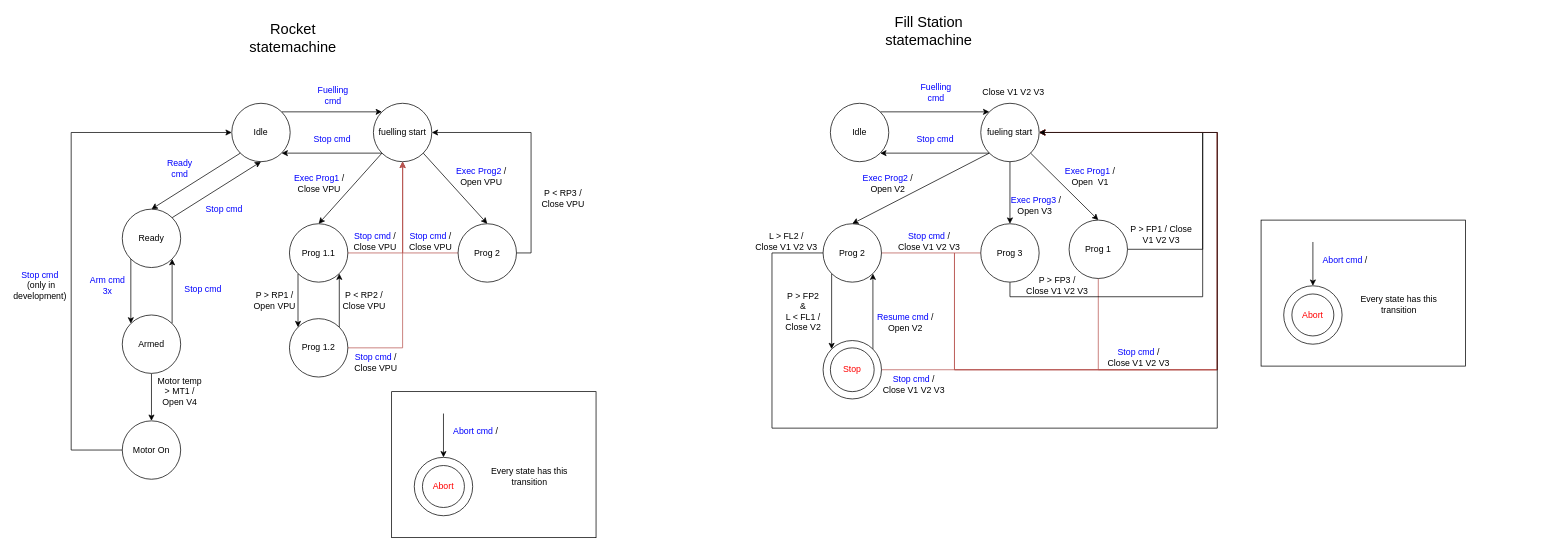
dvalnn/INV2_Firmware keeps this draw.io diagram as page "Maquinas de estado" (4 of 5) of SupportingDocs/EmbededT1.drawio. Above is the earlier version. Source tidied: cells renumbered, new cells numbered last; positions are measured from the earlier drawing's top-left corner, leaving out a move shared by most shapes. Both pictures are drawn from the tidied source at 73%, with x=0, y=0 at pixel (12, 19).
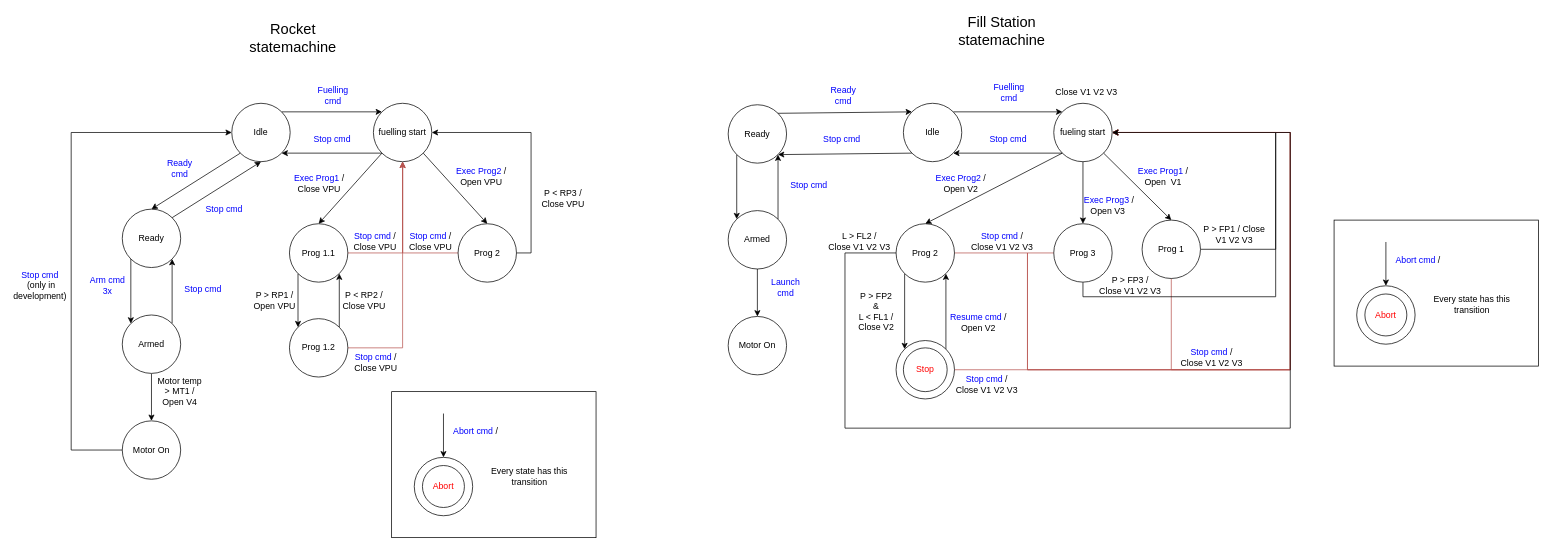
Above is the later version.

Diff of the diagram source:
```diff
@@
     <mxCell id="33" value="Fill Station statemachine" style="text;html=1;align=center;verticalAlign=middle;whiteSpace=wrap;rounded=0;fontSize=20;" parent="1" vertex="1">
-      <mxGeometry x="1200" width="110" height="30" as="geometry" />
+      <mxGeometry x="1300" width="110" height="30" as="geometry" />
     </mxCell>
@@
     <mxCell id="35" value="Idle" style="ellipse;whiteSpace=wrap;html=1;" parent="1" vertex="1">
-      <mxGeometry x="1120" y="115" width="80" height="80" as="geometry" />
+      <mxGeometry x="1220" y="115" width="80" height="80" as="geometry" />
     </mxCell>
@@
     <mxCell id="38" value="fueling start" style="ellipse;whiteSpace=wrap;html=1;" parent="1" vertex="1">
-      <mxGeometry x="1326" y="115" width="80" height="80" as="geometry" />
+      <mxGeometry x="1426" y="115" width="80" height="80" as="geometry" />
     </mxCell>
     <mxCell id="39" value="&lt;font color=&quot;#0000ff&quot;&gt;Fuelling cmd&lt;/font&gt;" style="text;html=1;align=center;verticalAlign=middle;whiteSpace=wrap;rounded=0;" parent="1" vertex="1">
-      <mxGeometry x="1235" y="85" width="60" height="30" as="geometry" />
+      <mxGeometry x="1335" y="85" width="60" height="30" as="geometry" />
     </mxCell>
     <mxCell id="40" style="edgeStyle=orthogonalEdgeStyle;rounded=0;jettySize=auto;html=1;exitX=1;exitY=0.5;exitDx=0;exitDy=0;entryX=1;entryY=0.5;entryDx=0;entryDy=0;" parent="1" edge="1" source="42" target="38">
       <mxGeometry relative="1" as="geometry">
         <Array as="points">
-          <mxPoint x="1630" y="315" />
-          <mxPoint x="1630" y="155" />
+          <mxPoint x="1730" y="315" />
+          <mxPoint x="1730" y="155" />
         </Array>
       </mxGeometry>
     </mxCell>
     <mxCell id="41" style="edgeStyle=orthogonalEdgeStyle;rounded=0;jettySize=auto;html=1;exitX=0.5;exitY=1;exitDx=0;exitDy=0;entryX=1;entryY=0.5;entryDx=0;entryDy=0;fillColor=#f8cecc;strokeColor=#b85450;" parent="1" edge="1" source="42" target="38">
       <mxGeometry relative="1" as="geometry">
         <Array as="points">
-          <mxPoint x="1487" y="480" />
-          <mxPoint x="1650" y="480" />
-          <mxPoint x="1650" y="155" />
+          <mxPoint x="1587" y="480" />
+          <mxPoint x="1750" y="480" />
+          <mxPoint x="1750" y="155" />
         </Array>
       </mxGeometry>
     </mxCell>
     <mxCell id="42" value="Prog 1" style="ellipse;whiteSpace=wrap;html=1;" parent="1" vertex="1">
-      <mxGeometry x="1447" y="275" width="80" height="80" as="geometry" />
+      <mxGeometry x="1547" y="275" width="80" height="80" as="geometry" />
     </mxCell>
     <mxCell id="43" value="P &amp;gt; FP1 / Close V1 V2 V3" style="text;html=1;align=center;verticalAlign=middle;whiteSpace=wrap;rounded=0;" parent="1" vertex="1">
-      <mxGeometry x="1527" y="280" width="93" height="30" as="geometry" />
+      <mxGeometry x="1627" y="280" width="93" height="30" as="geometry" />
     </mxCell>
     <mxCell id="44" value="Close V1 V2 V3" style="text;html=1;align=center;verticalAlign=middle;whiteSpace=wrap;rounded=0;" parent="1" vertex="1">
-      <mxGeometry x="1326" y="85" width="90" height="30" as="geometry" />
+      <mxGeometry x="1426" y="85" width="90" height="30" as="geometry" />
     </mxCell>
@@
     <mxCell id="46" style="edgeStyle=orthogonalEdgeStyle;rounded=0;jettySize=auto;html=1;exitX=0.5;exitY=1;exitDx=0;exitDy=0;entryX=1;entryY=0.5;entryDx=0;entryDy=0;" parent="1" edge="1" source="48" target="38">
       <mxGeometry relative="1" as="geometry">
         <Array as="points">
-          <mxPoint x="1366" y="380" />
-          <mxPoint x="1630" y="380" />
-          <mxPoint x="1630" y="155" />
+          <mxPoint x="1466" y="380" />
+          <mxPoint x="1730" y="380" />
+          <mxPoint x="1730" y="155" />
         </Array>
       </mxGeometry>
     </mxCell>
     <mxCell id="47" style="edgeStyle=orthogonalEdgeStyle;rounded=0;jettySize=auto;html=1;exitX=0;exitY=0.5;exitDx=0;exitDy=0;entryX=1;entryY=0.5;entryDx=0;entryDy=0;fillColor=#f8cecc;strokeColor=#b85450;" parent="1" edge="1" source="48" target="38">
       <mxGeometry relative="1" as="geometry">
         <Array as="points">
-          <mxPoint x="1290" y="320" />
-          <mxPoint x="1290" y="480" />
-          <mxPoint x="1650" y="480" />
-          <mxPoint x="1650" y="155" />
+          <mxPoint x="1390" y="320" />
+          <mxPoint x="1390" y="480" />
+          <mxPoint x="1750" y="480" />
+          <mxPoint x="1750" y="155" />
         </Array>
       </mxGeometry>
     </mxCell>
     <mxCell id="48" style="ellipse;whiteSpace=wrap;html=1;" parent="1" vertex="1">
-      <mxGeometry x="1326" y="280" width="80" height="80" as="geometry" />
+      <mxGeometry x="1426" y="280" width="80" height="80" as="geometry" />
     </mxCell>
     <mxCell id="49" value="&lt;font color=&quot;#0000ff&quot;&gt;Exec Prog1 &lt;/font&gt;/ Open&amp;nbsp; V1" style="text;html=1;align=center;verticalAlign=middle;whiteSpace=wrap;rounded=0;" parent="1" vertex="1">
-      <mxGeometry x="1425" y="200" width="102" height="30" as="geometry" />
+      <mxGeometry x="1525" y="200" width="102" height="30" as="geometry" />
     </mxCell>
     <mxCell id="50" value="&lt;font color=&quot;#0000ff&quot;&gt;Exec Prog3 &lt;/font&gt;/ Open V3&lt;font color=&quot;#0000ff&quot;&gt;&amp;nbsp;&lt;/font&gt;" style="text;html=1;align=center;verticalAlign=middle;whiteSpace=wrap;rounded=0;" parent="1" vertex="1">
-      <mxGeometry x="1357" y="240" width="90" height="30" as="geometry" />
+      <mxGeometry x="1457" y="240" width="90" height="30" as="geometry" />
     </mxCell>
     <mxCell id="51" value="Prog 3" style="text;html=1;align=center;verticalAlign=middle;whiteSpace=wrap;rounded=0;" parent="1" vertex="1">
-      <mxGeometry x="1336" y="305" width="60" height="30" as="geometry" />
+      <mxGeometry x="1436" y="305" width="60" height="30" as="geometry" />
     </mxCell>
     <mxCell id="52" value="P &amp;gt; FP3 /&lt;br&gt;Close V1 V2 V3" style="text;html=1;align=center;verticalAlign=middle;whiteSpace=wrap;rounded=0;" parent="1" vertex="1">
-      <mxGeometry x="1380" y="350" width="102" height="30" as="geometry" />
+      <mxGeometry x="1480" y="350" width="102" height="30" as="geometry" />
     </mxCell>
@@
     <mxCell id="54" style="edgeStyle=orthogonalEdgeStyle;rounded=0;jettySize=auto;html=1;exitX=1;exitY=0.5;exitDx=0;exitDy=0;entryX=1;entryY=0.5;entryDx=0;entryDy=0;fontColor=#FF0000;fillColor=#f8cecc;strokeColor=#b85450;" parent="1" edge="1" source="55" target="38">
       <mxGeometry relative="1" as="geometry">
         <Array as="points">
-          <mxPoint x="1290" y="320" />
-          <mxPoint x="1290" y="480" />
-          <mxPoint x="1650" y="480" />
-          <mxPoint x="1650" y="155" />
+          <mxPoint x="1390" y="320" />
+          <mxPoint x="1390" y="480" />
+          <mxPoint x="1750" y="480" />
+          <mxPoint x="1750" y="155" />
         </Array>
       </mxGeometry>
     </mxCell>
     <mxCell id="55" value="Prog 2" style="ellipse;whiteSpace=wrap;html=1;" parent="1" vertex="1">
-      <mxGeometry x="1110" y="280" width="80" height="80" as="geometry" />
+      <mxGeometry x="1210" y="280" width="80" height="80" as="geometry" />
     </mxCell>
@@
     <mxCell id="57" value="&lt;font color=&quot;#0000ff&quot;&gt;Exec Prog2 &lt;/font&gt;/&lt;br&gt;Open V2" style="text;html=1;align=center;verticalAlign=middle;whiteSpace=wrap;rounded=0;" parent="1" vertex="1">
-      <mxGeometry x="1147" y="210" width="104" height="30" as="geometry" />
+      <mxGeometry x="1247" y="210" width="104" height="30" as="geometry" />
     </mxCell>
@@
     <mxCell id="59" style="edgeStyle=orthogonalEdgeStyle;rounded=0;jettySize=auto;html=1;exitX=1;exitY=0.5;exitDx=0;exitDy=0;entryX=1;entryY=0.5;entryDx=0;entryDy=0;fontColor=#FF0000;fillColor=#f8cecc;strokeColor=#b85450;" parent="1" edge="1" source="60" target="38">
       <mxGeometry relative="1" as="geometry">
         <Array as="points">
-          <mxPoint x="1650" y="480" />
-          <mxPoint x="1650" y="155" />
+          <mxPoint x="1750" y="480" />
+          <mxPoint x="1750" y="155" />
         </Array>
       </mxGeometry>
     </mxCell>
     <mxCell id="60" style="ellipse;whiteSpace=wrap;html=1;" parent="1" vertex="1">
-      <mxGeometry x="1110" y="440" width="80" height="80" as="geometry" />
+      <mxGeometry x="1210" y="440" width="80" height="80" as="geometry" />
     </mxCell>
     <mxCell id="61" style="ellipse;whiteSpace=wrap;html=1;" parent="1" vertex="1">
-      <mxGeometry x="1120" y="450" width="60" height="60" as="geometry" />
+      <mxGeometry x="1220" y="450" width="60" height="60" as="geometry" />
     </mxCell>
     <mxCell id="62" value="&lt;font color=&quot;#ff0000&quot;&gt;Stop&lt;/font&gt;" style="text;html=1;align=center;verticalAlign=middle;whiteSpace=wrap;rounded=0;" parent="1" vertex="1">
-      <mxGeometry x="1120" y="465" width="60" height="30" as="geometry" />
+      <mxGeometry x="1220" y="465" width="60" height="30" as="geometry" />
     </mxCell>
     <mxCell id="63" value="P &amp;gt; FP2&lt;br&gt;&amp;amp;&lt;br&gt;L &amp;lt; FL1&amp;nbsp;/&lt;br&gt;Close V2" style="text;html=1;align=center;verticalAlign=middle;whiteSpace=wrap;rounded=0;" parent="1" vertex="1">
-      <mxGeometry x="1053" y="385" width="60" height="30" as="geometry" />
+      <mxGeometry x="1153" y="385" width="60" height="30" as="geometry" />
     </mxCell>
     <mxCell id="64" value="&lt;font color=&quot;#0000ff&quot;&gt;Resume cmd &lt;/font&gt;/&lt;br&gt;Open V2" style="text;html=1;align=center;verticalAlign=middle;whiteSpace=wrap;rounded=0;" parent="1" vertex="1">
-      <mxGeometry x="1180" y="400" width="86" height="30" as="geometry" />
+      <mxGeometry x="1280" y="400" width="86" height="30" as="geometry" />
     </mxCell>
     <mxCell id="65" value="&lt;font color=&quot;#0000ff&quot;&gt;Stop cmd &lt;/font&gt;/&lt;br&gt;Close V1 V2 V3" style="text;html=1;align=center;verticalAlign=middle;whiteSpace=wrap;rounded=0;" parent="1" vertex="1">
-      <mxGeometry x="1190" y="485" width="89" height="30" as="geometry" />
+      <mxGeometry x="1290" y="485" width="89" height="30" as="geometry" />
     </mxCell>
     <mxCell id="66" style="edgeStyle=orthogonalEdgeStyle;rounded=0;jettySize=auto;html=1;exitX=0;exitY=0.5;exitDx=0;exitDy=0;entryX=1;entryY=0.5;entryDx=0;entryDy=0;fillColor=#f8cecc;strokeColor=#000000;" parent="1" edge="1" source="55" target="38">
       <mxGeometry relative="1" as="geometry">
         <Array as="points">
-          <mxPoint x="1040" y="320" />
-          <mxPoint x="1040" y="560" />
-          <mxPoint x="1650" y="560" />
-          <mxPoint x="1650" y="155" />
+          <mxPoint x="1140" y="320" />
+          <mxPoint x="1140" y="560" />
+          <mxPoint x="1750" y="560" />
+          <mxPoint x="1750" y="155" />
         </Array>
       </mxGeometry>
     </mxCell>
     <mxCell id="67" value="L &amp;gt; FL2 /&lt;br&gt;Close V1 V2 V3" style="text;html=1;align=center;verticalAlign=middle;whiteSpace=wrap;rounded=0;" parent="1" vertex="1">
-      <mxGeometry x="1010" y="290" width="100" height="30" as="geometry" />
+      <mxGeometry x="1110" y="290" width="100" height="30" as="geometry" />
     </mxCell>
     <mxCell id="68" value="&lt;font color=&quot;#0000ff&quot;&gt;Stop cmd &lt;/font&gt;/&lt;br&gt;Close V1 V2 V3" style="text;html=1;align=center;verticalAlign=middle;whiteSpace=wrap;rounded=0;" parent="1" vertex="1">
-      <mxGeometry x="1210.5" y="290" width="89" height="30" as="geometry" />
+      <mxGeometry x="1310.5" y="290" width="89" height="30" as="geometry" />
     </mxCell>
     <mxCell id="69" value="&lt;font color=&quot;#0000ff&quot;&gt;Stop cmd &lt;/font&gt;/&lt;br&gt;Close V1 V2 V3" style="text;html=1;align=center;verticalAlign=middle;whiteSpace=wrap;rounded=0;" parent="1" vertex="1">
-      <mxGeometry x="1498" y="450" width="89" height="25" as="geometry" />
+      <mxGeometry x="1598" y="450" width="89" height="25" as="geometry" />
     </mxCell>
@@
     <mxCell id="81" value="&lt;font color=&quot;#0000ff&quot;&gt;Stop cmd&amp;nbsp;&lt;/font&gt;" style="text;html=1;align=center;verticalAlign=middle;whiteSpace=wrap;rounded=0;" parent="1" vertex="1">
-      <mxGeometry x="1227.5" y="150" width="75" height="30" as="geometry" />
+      <mxGeometry x="1327.5" y="150" width="75" height="30" as="geometry" />
     </mxCell>
@@
     <mxCell id="90" style="rounded=0;whiteSpace=wrap;html=1;" parent="1" vertex="1">
-      <mxGeometry x="1710" y="275" width="280" height="200" as="geometry" />
+      <mxGeometry x="1810" y="275" width="280" height="200" as="geometry" />
     </mxCell>
     <mxCell id="91" style="ellipse;whiteSpace=wrap;html=1;" parent="1" vertex="1">
-      <mxGeometry x="1741" y="365" width="80" height="80" as="geometry" />
+      <mxGeometry x="1841" y="365" width="80" height="80" as="geometry" />
     </mxCell>
     <mxCell id="92" value="&lt;font color=&quot;#ff0000&quot;&gt;Abort&lt;/font&gt;" style="ellipse;whiteSpace=wrap;html=1;" parent="1" vertex="1">
-      <mxGeometry x="1752.2" y="376.2" width="57.5" height="57.5" as="geometry" />
+      <mxGeometry x="1852.2" y="376.2" width="57.5" height="57.5" as="geometry" />
     </mxCell>
     <mxCell id="93" value="Every state has this transition" style="text;html=1;align=center;verticalAlign=middle;whiteSpace=wrap;rounded=0;" parent="1" vertex="1">
-      <mxGeometry x="1841" y="376.2" width="116" height="30" as="geometry" />
+      <mxGeometry x="1941" y="376.2" width="116" height="30" as="geometry" />
     </mxCell>
     <mxCell id="94" value="&lt;font color=&quot;#0000ff&quot;&gt;Abort cmd&lt;/font&gt; /&amp;nbsp;" style="text;html=1;align=center;verticalAlign=middle;whiteSpace=wrap;rounded=0;" parent="1" vertex="1">
-      <mxGeometry x="1783" y="315" width="88" height="30" as="geometry" />
+      <mxGeometry x="1883" y="315" width="88" height="30" as="geometry" />
     </mxCell>
     <mxCell id="95" style="endArrow=classic;html=1;rounded=0;entryX=0.5;entryY=0;entryDx=0;entryDy=0;" parent="1" edge="1" target="91">
       <mxGeometry relative="1" as="geometry">
-        <mxPoint x="1781" y="305" as="sourcePoint" />
+        <mxPoint x="1881" y="305" as="sourcePoint" />
       </mxGeometry>
     </mxCell>
+    <mxCell id="96" style="edgeStyle=orthogonalEdgeStyle;rounded=0;jettySize=auto;html=1;exitX=0;exitY=1;exitDx=0;exitDy=0;entryX=0;entryY=0;entryDx=0;entryDy=0;" parent="1" edge="1" source="97" target="101">
+      <mxGeometry relative="1" as="geometry" />
+    </mxCell>
+    <mxCell id="97" value="Ready" style="ellipse;whiteSpace=wrap;html=1;" parent="1" vertex="1">
+      <mxGeometry x="980" y="117" width="80" height="80" as="geometry" />
+    </mxCell>
+    <mxCell id="98" style="endArrow=classic;html=1;rounded=0;exitX=1;exitY=0;exitDx=0;exitDy=0;entryX=0;entryY=0;entryDx=0;entryDy=0;" parent="1" edge="1" source="97" target="35">
+      <mxGeometry relative="1" as="geometry" />
+    </mxCell>
+    <mxCell id="99" style="edgeStyle=orthogonalEdgeStyle;rounded=0;jettySize=auto;html=1;exitX=1;exitY=0;exitDx=0;exitDy=0;entryX=1;entryY=1;entryDx=0;entryDy=0;" parent="1" edge="1" source="101" target="97">
+      <mxGeometry relative="1" as="geometry" />
+    </mxCell>
+    <mxCell id="100" style="edgeStyle=orthogonalEdgeStyle;rounded=0;jettySize=auto;html=1;exitX=0.5;exitY=1;exitDx=0;exitDy=0;entryX=0.5;entryY=0;entryDx=0;entryDy=0;" parent="1" edge="1" source="101" target="102">
+      <mxGeometry relative="1" as="geometry" />
+    </mxCell>
+    <mxCell id="101" value="Armed" style="ellipse;whiteSpace=wrap;html=1;" parent="1" vertex="1">
+      <mxGeometry x="980" y="262" width="80" height="80" as="geometry" />
+    </mxCell>
+    <mxCell id="102" value="Motor On" style="ellipse;whiteSpace=wrap;html=1;" parent="1" vertex="1">
+      <mxGeometry x="980" y="407" width="80" height="80" as="geometry" />
+    </mxCell>
+    <mxCell id="103" value="&lt;font color=&quot;#0000ff&quot;&gt;Stop cmd&amp;nbsp;&lt;/font&gt;" style="text;html=1;align=center;verticalAlign=middle;whiteSpace=wrap;rounded=0;" parent="1" vertex="1">
+      <mxGeometry x="1100" y="150" width="75" height="30" as="geometry" />
+    </mxCell>
+    <mxCell id="104" value="&lt;font color=&quot;#0000ff&quot;&gt;Stop cmd&amp;nbsp;&lt;/font&gt;" style="text;html=1;align=center;verticalAlign=middle;whiteSpace=wrap;rounded=0;" parent="1" vertex="1">
+      <mxGeometry x="1055" y="212" width="75" height="30" as="geometry" />
+    </mxCell>
+    <mxCell id="105" value="Ready cmd" style="text;html=1;align=center;verticalAlign=middle;whiteSpace=wrap;rounded=0;fontColor=#0000FF;" parent="1" vertex="1">
+      <mxGeometry x="1112.5" y="90" width="50" height="30" as="geometry" />
+    </mxCell>
+    <mxCell id="106" value="&lt;font color=&quot;#0000ff&quot;&gt;Launch cmd&lt;/font&gt;" style="text;html=1;align=center;verticalAlign=middle;whiteSpace=wrap;rounded=0;" parent="1" vertex="1">
+      <mxGeometry x="1026" y="352" width="66" height="30" as="geometry" />
+    </mxCell>
+    <mxCell id="107" style="endArrow=classic;html=1;rounded=0;exitX=0;exitY=1;exitDx=0;exitDy=0;entryX=1;entryY=1;entryDx=0;entryDy=0;" parent="1" edge="1" source="35" target="97">
+      <mxGeometry relative="1" as="geometry" />
+    </mxCell>
```
